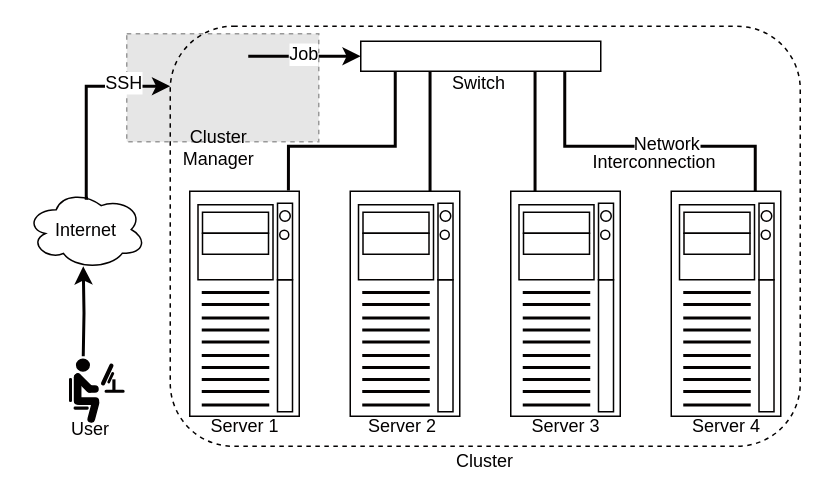
The draw.io diagram SLIDES/System.drawio in andermm/CMP223, before the edit. Source tidied: cells renumbered, new cells numbered last; positions are measured from the earlier drawing's top-left corner, leaving out a move shared by most shapes. Both pictures are drawn from the tidied source at 150%, with x=0, y=0 at pixel (26, 26). Pictures stored in the file or linked from it are replaced by grey dashed boxes.
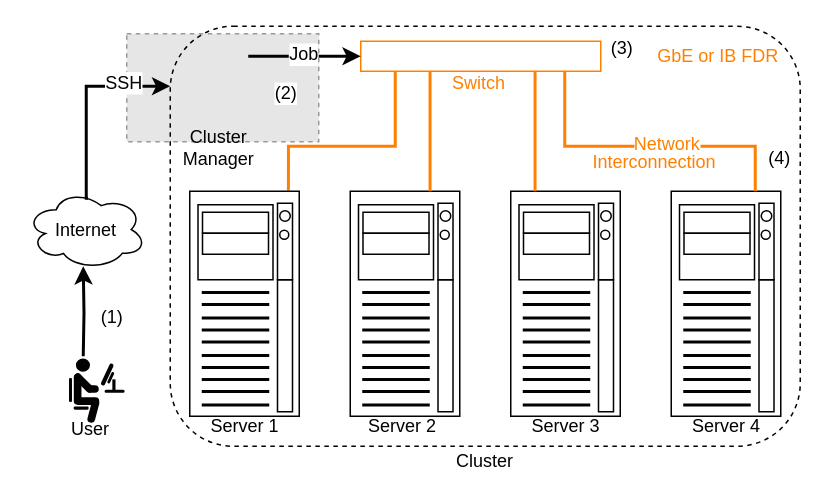
Above is the later version.

The change refers to these unchanged cells:
```xml
<mxCell id="8" style="rounded=0;whiteSpace=wrap;html=1;strokeColor=#030101;fillColor=none;gradientColor=none;" parent="1" vertex="1">
  <mxGeometry x="109" y="110" width="73" height="150" as="geometry" />
</mxCell>
```

Diff of the diagram source:
```diff
@@
-    <mxCell id="7" style="edgeStyle=orthogonalEdgeStyle;rounded=0;jettySize=auto;html=1;exitX=0.901;exitY=-0.003;exitDx=0;exitDy=0;endArrow=none;endFill=0;strokeColor=#030101;strokeWidth=2;exitPerimeter=0;" parent="1" edge="1" source="8" target="14">
+    <mxCell id="7" style="edgeStyle=orthogonalEdgeStyle;rounded=0;jettySize=auto;html=1;exitX=0.901;exitY=-0.003;exitDx=0;exitDy=0;endArrow=none;endFill=0;strokeColor=#FF8000;strokeWidth=2;exitPerimeter=0;" parent="1" edge="1" source="8" target="14">
       <mxGeometry relative="1" as="geometry">
         <Array as="points">
           <mxPoint x="175" y="80" />
           <mxPoint x="246" y="80" />
         </Array>
       </mxGeometry>
     </mxCell>
@@
-    <mxCell id="10" style="edgeStyle=orthogonalEdgeStyle;rounded=0;jettySize=auto;html=1;endArrow=none;endFill=0;fillColor=#f5f5f5;strokeColor=#030101;strokeWidth=2;" parent="1" edge="1" target="14">
+    <mxCell id="10" style="edgeStyle=orthogonalEdgeStyle;rounded=0;jettySize=auto;html=1;endArrow=none;endFill=0;fillColor=#f5f5f5;strokeColor=#ff8000;strokeWidth=2;" parent="1" edge="1" target="14">
       <mxGeometry relative="1" as="geometry">
         <mxPoint x="269.2" y="110" as="sourcePoint" />
         <Array as="points">
           <mxPoint x="269" y="100" />
           <mxPoint x="269" y="100" />
         </Array>
       </mxGeometry>
     </mxCell>
-    <mxCell id="11" style="edgeStyle=orthogonalEdgeStyle;rounded=0;jettySize=auto;html=1;endArrow=none;endFill=0;strokeWidth=2;fillColor=#f5f5f5;strokeColor=#030101;" parent="1" edge="1" target="14">
+    <mxCell id="11" style="edgeStyle=orthogonalEdgeStyle;rounded=0;jettySize=auto;html=1;endArrow=none;endFill=0;strokeWidth=2;fillColor=#f5f5f5;strokeColor=#FF8000;" parent="1" edge="1" target="14">
       <mxGeometry relative="1" as="geometry">
         <mxPoint x="339.2" y="110" as="sourcePoint" />
         <Array as="points">
           <mxPoint x="339" y="70" />
           <mxPoint x="339" y="70" />
         </Array>
       </mxGeometry>
     </mxCell>
-    <mxCell id="12" style="edgeStyle=orthogonalEdgeStyle;rounded=0;jettySize=auto;html=1;endArrow=none;endFill=0;strokeWidth=2;fillColor=#f5f5f5;strokeColor=#030101;" parent="1" edge="1" target="14">
+    <mxCell id="12" style="edgeStyle=orthogonalEdgeStyle;rounded=0;jettySize=auto;html=1;endArrow=none;endFill=0;strokeWidth=2;fillColor=#f5f5f5;strokeColor=#FF8000;" parent="1" edge="1" target="14">
       <mxGeometry relative="1" as="geometry">
         <mxPoint x="486" y="110" as="sourcePoint" />
         <Array as="points">
           <mxPoint x="486" y="80" />
           <mxPoint x="359" y="80" />
         </Array>
       </mxGeometry>
     </mxCell>
-    <mxCell id="13" value="&lt;div&gt;&lt;font color=&quot;#030101&quot;&gt;Network&lt;/font&gt;&lt;/div&gt;&lt;div&gt;&lt;font color=&quot;#030101&quot;&gt;&lt;br&gt;&lt;/font&gt;&lt;/div&gt;" style="text;html=1;align=center;verticalAlign=middle;labelBackgroundColor=#ffffff;" parent="12" vertex="1">
+    <mxCell id="13" value="&lt;div&gt;&lt;font&gt;Network&lt;/font&gt;&lt;/div&gt;&lt;div&gt;&lt;font&gt;&lt;br&gt;&lt;/font&gt;&lt;/div&gt;" style="text;html=1;align=center;verticalAlign=middle;labelBackgroundColor=#ffffff;fontColor=#FF8000;" parent="12" vertex="1">
       <mxGeometry x="0.86" relative="1" as="geometry">
         <mxPoint x="67" y="41.5" as="offset" />
       </mxGeometry>
     </mxCell>
-    <mxCell id="14" style="strokeColor=#030101;html=1;labelPosition=right;align=left;spacingLeft=15;shadow=0;dashed=0;outlineConnect=0;shape=mxgraph.rackGeneral.horRoutingBank;" parent="1" vertex="1">
+    <mxCell id="14" style="strokeColor=#FF8000;html=1;labelPosition=right;align=left;spacingLeft=15;shadow=0;dashed=0;outlineConnect=0;shape=mxgraph.rackGeneral.horRoutingBank;" parent="1" vertex="1">
       <mxGeometry x="223" y="10" width="160" height="20" as="geometry" />
     </mxCell>
@@
-    <mxCell id="19" value="&lt;font color=&quot;#030101&quot;&gt;Switch&lt;/font&gt;" style="text;html=1;align=center;verticalAlign=middle;whiteSpace=wrap;rounded=0;" parent="1" vertex="1">
+    <mxCell id="19" value="&lt;font&gt;Switch&lt;/font&gt;" style="text;html=1;align=center;verticalAlign=middle;whiteSpace=wrap;rounded=0;strokeColor=none;fillColor=none;fontColor=#FF8000;" parent="1" vertex="1">
       <mxGeometry x="272" y="28" width="60" height="20" as="geometry" />
     </mxCell>
@@
-    <mxCell id="26" value="&lt;font color=&quot;#030101&quot;&gt;Interconnection&lt;/font&gt;" style="text;html=1;" parent="1" vertex="1">
+    <mxCell id="26" value="&lt;font&gt;Interconnection&lt;/font&gt;" style="text;html=1;fontColor=#FF8000;" parent="1" vertex="1">
       <mxGeometry x="376" y="77" width="120" height="15" as="geometry" />
     </mxCell>
@@
+    <mxCell id="115" value="GbE or IB FDR" style="text;html=1;align=center;verticalAlign=middle;fontColor=#FF8000;" parent="1" vertex="1">
+      <mxGeometry x="406" y="10" width="110" height="20" as="geometry" />
+    </mxCell>
+    <mxCell id="116" value="(1)" style="text;html=1;align=center;verticalAlign=middle;labelBackgroundColor=#ffffff;" parent="1" vertex="1">
+      <mxGeometry x="51.2" y="198.8" as="geometry">
+        <mxPoint x="5" y="-5" as="offset" />
+      </mxGeometry>
+    </mxCell>
+    <mxCell id="117" value="(2)" style="text;html=1;align=center;verticalAlign=middle;labelBackgroundColor=#ffffff;" parent="1" vertex="1">
+      <mxGeometry x="167.7" y="49.8" as="geometry">
+        <mxPoint x="5" y="-5" as="offset" />
+      </mxGeometry>
+    </mxCell>
+    <mxCell id="118" value="(3)" style="text;html=1;align=center;verticalAlign=middle;labelBackgroundColor=#ffffff;" parent="1" vertex="1">
+      <mxGeometry x="391.7" y="19.8" as="geometry">
+        <mxPoint x="5" y="-5" as="offset" />
+      </mxGeometry>
+    </mxCell>
+    <mxCell id="119" value="(4)" style="text;html=1;align=center;verticalAlign=middle;labelBackgroundColor=#ffffff;" parent="1" vertex="1">
+      <mxGeometry x="496.7" y="92.8" as="geometry">
+        <mxPoint x="5" y="-5" as="offset" />
+      </mxGeometry>
+    </mxCell>
```
